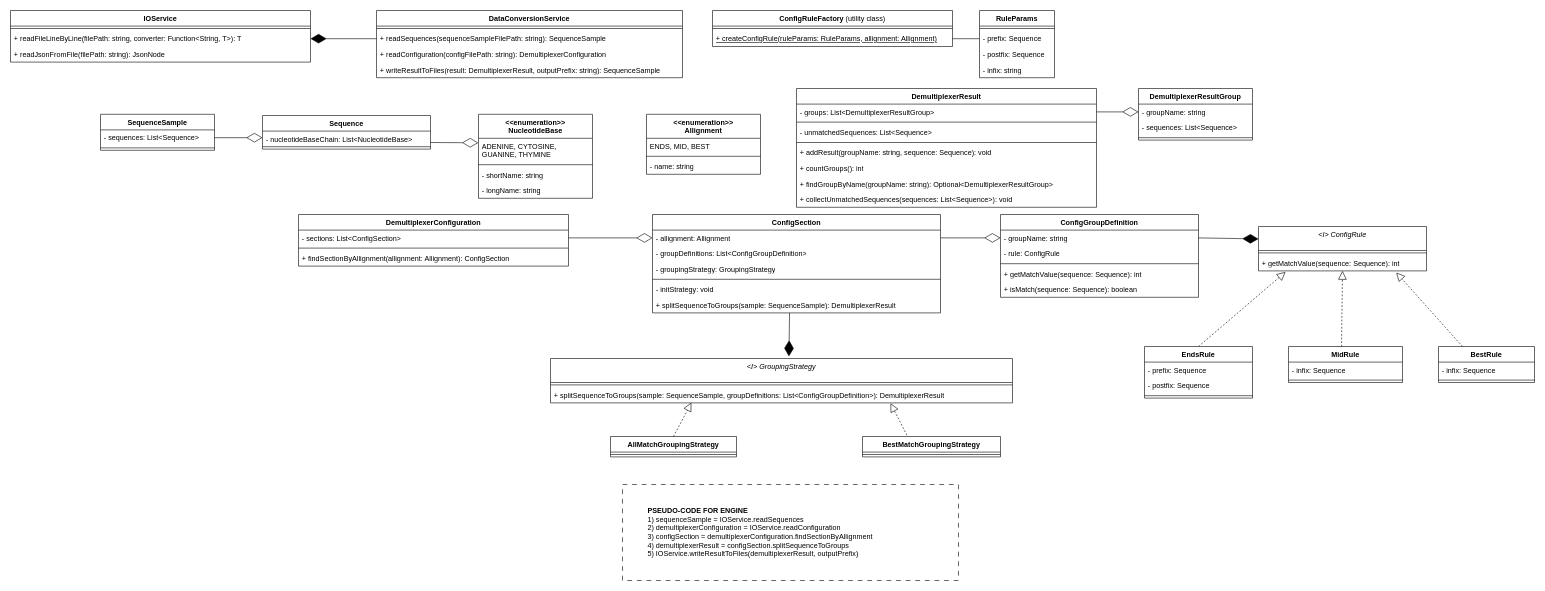
Earlier version of the draw.io diagram uml.drawio (bodroghykristof/omixon-demultiplexer). Source tidied: cells renumbered, new cells numbered last; positions are measured from the earlier drawing's top-left corner, leaving out a move shared by most shapes. Both pictures are drawn from the tidied source at 60%, with x=0, y=0 at pixel (10, 10).
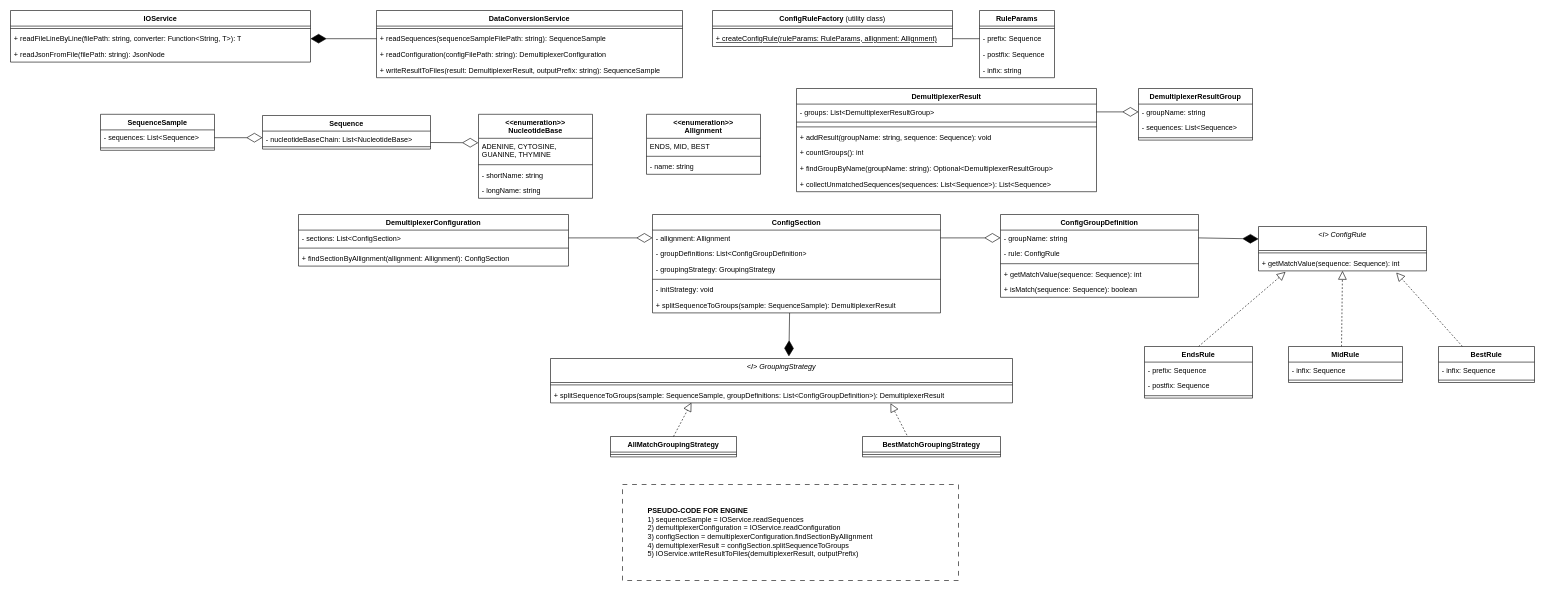
After the change.

Commit message (it also covers changes not shown here):
refactor - make unmatchedSequences query instead of object-level data

Change to the diagram source:
```diff
@@
     <mxCell id="36" value="DemultiplexerResult" style="swimlane;fontStyle=1;align=center;verticalAlign=top;horizontal=1;startSize=26;whiteSpace=wrap;html=1;" parent="1" vertex="1">
-      <mxGeometry x="1310" y="130" width="500" height="198" as="geometry" />
+      <mxGeometry x="1310" y="130" width="500" height="172" as="geometry" />
     </mxCell>
@@
-    <mxCell id="39" value="- unmatchedSequences: List&amp;lt;Sequence&amp;gt;" style="text;strokeColor=none;fillColor=none;align=left;verticalAlign=top;spacingLeft=4;spacingRight=4;overflow=hidden;whiteSpace=wrap;html=1;" parent="36" vertex="1">
-      <mxGeometry y="60" width="500" height="26" as="geometry" />
-    </mxCell>
     <mxCell id="40" style="line;strokeWidth=1;fillColor=none;align=left;verticalAlign=middle;spacingTop=-1;spacingLeft=3;spacingRight=3;labelPosition=right;strokeColor=inherit;" parent="36" vertex="1">
-      <mxGeometry y="86" width="500" height="8" as="geometry" />
+      <mxGeometry y="60" width="500" height="8" as="geometry" />
     </mxCell>
     <mxCell id="41" value="+ addResult(groupName: string, sequence: Sequence): void" style="text;strokeColor=none;fillColor=none;align=left;verticalAlign=top;spacingLeft=4;spacingRight=4;overflow=hidden;whiteSpace=wrap;html=1;" parent="36" vertex="1">
-      <mxGeometry y="94" width="500" height="26" as="geometry" />
+      <mxGeometry y="68" width="500" height="26" as="geometry" />
     </mxCell>
     <mxCell id="42" value="+ countGroups(): int" style="text;strokeColor=none;fillColor=none;align=left;verticalAlign=top;spacingLeft=4;spacingRight=4;overflow=hidden;whiteSpace=wrap;html=1;" parent="36" vertex="1">
-      <mxGeometry y="120" width="500" height="26" as="geometry" />
+      <mxGeometry y="94" width="500" height="26" as="geometry" />
     </mxCell>
     <mxCell id="43" value="+ findGroupByName(groupName: string): Optional&amp;lt;DemultiplexerResultGroup&amp;gt;" style="text;strokeColor=none;fillColor=none;align=left;verticalAlign=top;spacingLeft=4;spacingRight=4;overflow=hidden;whiteSpace=wrap;html=1;" parent="36" vertex="1">
-      <mxGeometry y="146" width="500" height="26" as="geometry" />
+      <mxGeometry y="120" width="500" height="26" as="geometry" />
     </mxCell>
-    <mxCell id="44" value="+ collectUnmatchedSequences(sequences: List&amp;lt;Sequence&amp;gt;): void" style="text;strokeColor=none;fillColor=none;align=left;verticalAlign=top;spacingLeft=4;spacingRight=4;overflow=hidden;whiteSpace=wrap;html=1;" parent="36" vertex="1">
-      <mxGeometry y="172" width="500" height="26" as="geometry" />
+    <mxCell id="44" value="+ collectUnmatchedSequences(sequences: List&amp;lt;Sequence&amp;gt;): List&amp;lt;Sequence&amp;gt;" style="text;strokeColor=none;fillColor=none;align=left;verticalAlign=top;spacingLeft=4;spacingRight=4;overflow=hidden;whiteSpace=wrap;html=1;" parent="36" vertex="1">
+      <mxGeometry y="146" width="500" height="26" as="geometry" />
     </mxCell>
```
